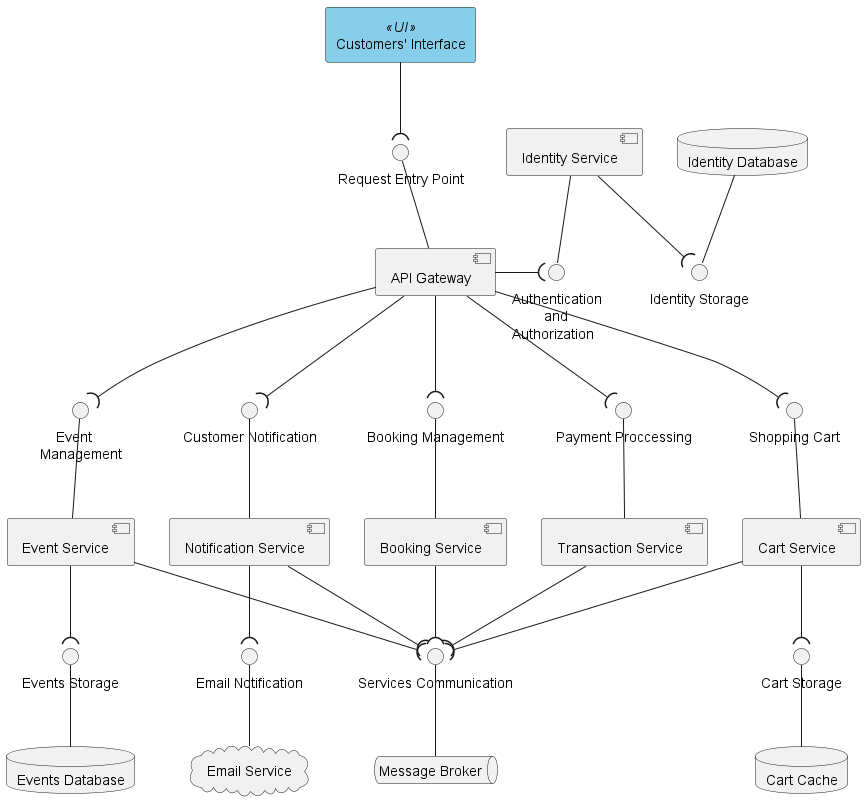
The PlantUML diagram diagrams/component-diagram.png in vadzim-kurdzesau/ticketing-domain, before a commit.
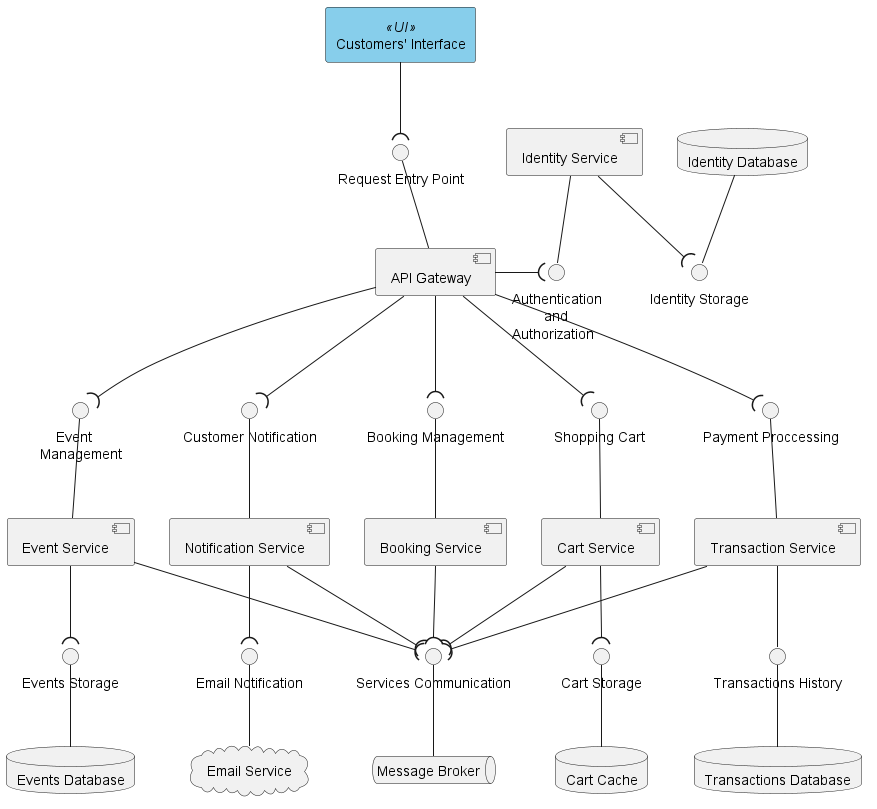
Above is the later version.

Change to the diagram source:
```diff
@@ -51,6 +51,10 @@
 CartDb -up- I_Cart_Storage
 
 [Transaction Service] -up- I_Payment_Proccessing
+interface "Transactions History" as I_Transactions_Storage
+[Transaction Service] -down- I_Transactions_Storage
+database "Transactions Database" as TransactionDb
+TransactionDb -up- I_Transactions_Storage
 
 interface "Services Communication" as I_Bus_Service
 queue "Message Broker" as messageBroker
```
